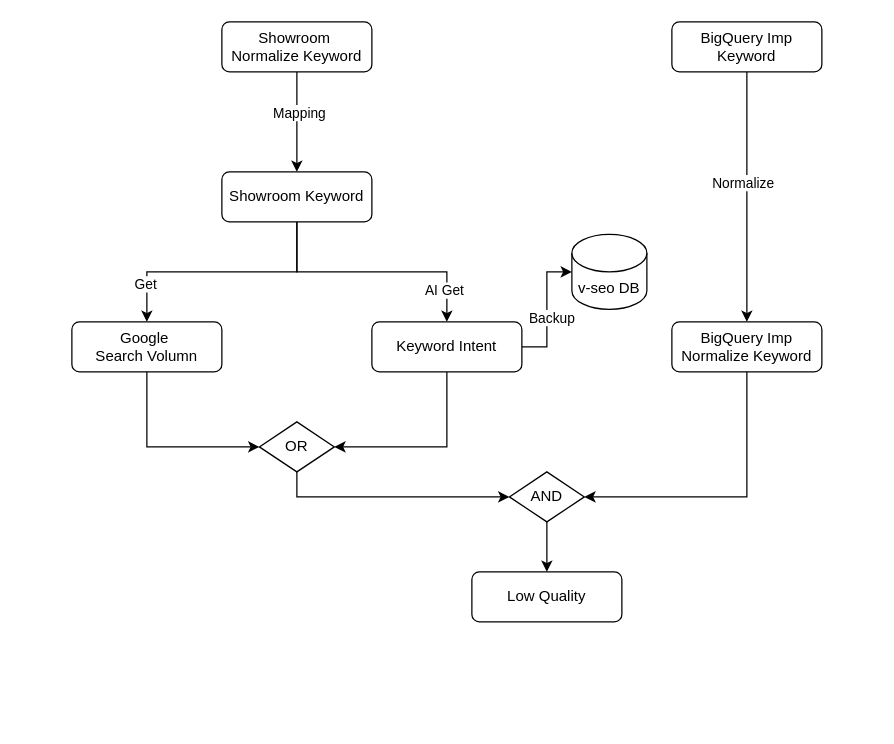
Before: drawio/ep_showroom_existing_kw.drawio in VisableHarry/seo-drawio, a draw.io diagram. Source tidied: cells renumbered, new cells numbered last; positions are measured from the earlier drawing's top-left corner, leaving out a move shared by most shapes. Both pictures are drawn from the tidied source at 125%, with x=0, y=0 at pixel (71, 21).
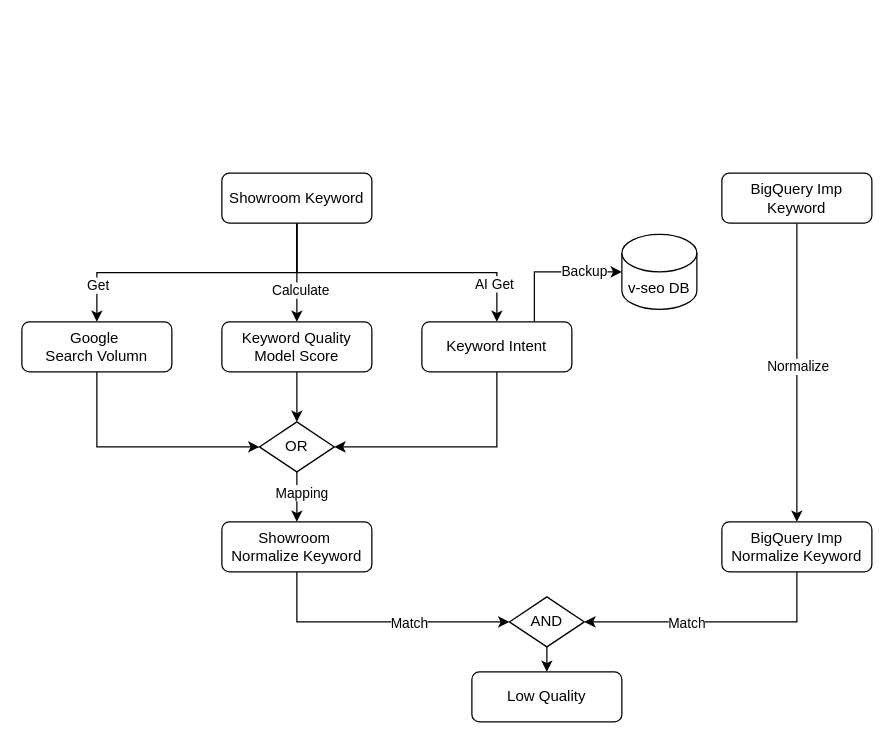
Above is the later version.

Unchanged cells that the change refers to:
```xml
<mxCell id="8" style="edgeStyle=orthogonalEdgeStyle;rounded=0;jettySize=auto;html=1;exitX=0.5;exitY=1;exitDx=0;exitDy=0;entryX=1;entryY=0.5;entryDx=0;entryDy=0;" parent="1" edge="1" source="9" target="25">
  <mxGeometry relative="1" as="geometry" />
</mxCell>
<mxCell id="10" style="edgeStyle=orthogonalEdgeStyle;rounded=0;jettySize=auto;html=1;exitX=0.5;exitY=1;exitDx=0;exitDy=0;entryX=0.5;entryY=0;entryDx=0;entryDy=0;" parent="1" edge="1" source="14" target="16">
  <mxGeometry relative="1" as="geometry" />
</mxCell>
<mxCell id="23" value="OR" style="rhombus;whiteSpace=wrap;html=1;" parent="1" vertex="1">
  <mxGeometry x="150" y="320" width="60" height="40" as="geometry" />
</mxCell>
```

Change to the diagram source:
```diff
@@
-    <mxCell id="2" style="edgeStyle=orthogonalEdgeStyle;rounded=0;jettySize=auto;html=1;exitX=0.5;exitY=1;exitDx=0;exitDy=0;entryX=0.5;entryY=0;entryDx=0;entryDy=0;" parent="1" edge="1" source="4" target="14">
-      <mxGeometry relative="1" as="geometry" />
-    </mxCell>
-    <mxCell id="3" value="Mapping" style="edgeLabel;html=1;align=center;verticalAlign=middle;" parent="2" vertex="1">
-      <mxGeometry x="-0.2" y="1" relative="1" as="geometry" />
-    </mxCell>
+    <mxCell id="27" style="edgeStyle=orthogonalEdgeStyle;rounded=0;jettySize=auto;html=1;exitX=0.5;exitY=1;exitDx=0;exitDy=0;entryX=0;entryY=0.5;entryDx=0;entryDy=0;" parent="1" edge="1" source="4" target="25">
+      <mxGeometry relative="1" as="geometry" />
+    </mxCell>
+    <mxCell id="28" value="Match" style="edgeLabel;html=1;align=center;verticalAlign=middle;" parent="27" vertex="1">
+      <mxGeometry x="0.1" y="-4" relative="1" as="geometry">
+        <mxPoint x="13" y="-4" as="offset" />
+      </mxGeometry>
+    </mxCell>
     <mxCell id="4" value="Showroom&amp;nbsp;&lt;div&gt;Normalize Keyword&lt;/div&gt;" style="rounded=1;whiteSpace=wrap;html=1;" parent="1" vertex="1">
-      <mxGeometry x="120" width="120" height="40" as="geometry" />
+      <mxGeometry x="120" y="400" width="120" height="40" as="geometry" />
     </mxCell>
-    <mxCell id="5" style="edgeStyle=orthogonalEdgeStyle;rounded=0;jettySize=auto;html=1;exitX=0.5;exitY=1;exitDx=0;exitDy=0;" parent="1" edge="1" source="7" target="9">
+    <mxCell id="5" style="edgeStyle=orthogonalEdgeStyle;rounded=0;jettySize=auto;html=1;exitX=0.5;exitY=1;exitDx=0;exitDy=0;entryX=0.5;entryY=0;entryDx=0;entryDy=0;" parent="1" edge="1" source="7" target="9">
       <mxGeometry relative="1" as="geometry" />
     </mxCell>
     <mxCell id="6" value="Normalize" style="edgeLabel;html=1;align=center;verticalAlign=middle;" parent="5" vertex="1">
-      <mxGeometry x="-0.12" y="-4" relative="1" as="geometry" />
+      <mxGeometry x="-0.05" relative="1" as="geometry" />
     </mxCell>
     <mxCell id="7" value="BigQuery Imp Keyword" style="rounded=1;whiteSpace=wrap;html=1;" parent="1" vertex="1">
-      <mxGeometry x="480" width="120" height="40" as="geometry" />
+      <mxGeometry x="520" y="121" width="120" height="40" as="geometry" />
     </mxCell>
@@
+    <mxCell id="29" value="Match" style="edgeLabel;html=1;align=center;verticalAlign=middle;" parent="8" vertex="1">
+      <mxGeometry x="0.17" y="2" relative="1" as="geometry">
+        <mxPoint x="-6" y="-2" as="offset" />
+      </mxGeometry>
+    </mxCell>
     <mxCell id="9" value="&lt;div&gt;BigQuery Imp&lt;/div&gt;&lt;div&gt;Normalize Keyword&lt;/div&gt;" style="rounded=1;whiteSpace=wrap;html=1;" parent="1" vertex="1">
-      <mxGeometry x="480" y="240" width="120" height="40" as="geometry" />
+      <mxGeometry x="520" y="400" width="120" height="40" as="geometry" />
     </mxCell>
@@
     <mxCell id="11" value="Get" style="edgeLabel;html=1;align=center;verticalAlign=middle;" parent="10" vertex="1">
-      <mxGeometry x="0.69" y="-2" relative="1" as="geometry" />
+      <mxGeometry x="0.69" y="-2" relative="1" as="geometry">
+        <mxPoint x="2" y="7" as="offset" />
+      </mxGeometry>
     </mxCell>
@@
+    <mxCell id="30" style="edgeStyle=orthogonalEdgeStyle;rounded=0;jettySize=auto;html=1;exitX=0.5;exitY=1;exitDx=0;exitDy=0;entryX=0.5;entryY=0;entryDx=0;entryDy=0;" parent="1" edge="1" source="14" target="34">
+      <mxGeometry relative="1" as="geometry" />
+    </mxCell>
+    <mxCell id="31" value="Calculate" style="edgeLabel;html=1;align=center;verticalAlign=middle;" parent="30" vertex="1">
+      <mxGeometry x="0.33" y="2" relative="1" as="geometry" />
+    </mxCell>
     <mxCell id="14" value="Showroom Keyword" style="rounded=1;whiteSpace=wrap;html=1;" parent="1" vertex="1">
-      <mxGeometry x="120" y="120" width="120" height="40" as="geometry" />
+      <mxGeometry x="120" y="121" width="120" height="40" as="geometry" />
     </mxCell>
@@
     <mxCell id="16" value="Google&amp;nbsp;&lt;div&gt;Search Volumn&lt;/div&gt;" style="rounded=1;whiteSpace=wrap;html=1;" parent="1" vertex="1">
-      <mxGeometry y="240" width="120" height="40" as="geometry" />
+      <mxGeometry x="-40" y="240" width="120" height="40" as="geometry" />
     </mxCell>
@@
     <mxCell id="18" value="Keyword Intent" style="rounded=1;whiteSpace=wrap;html=1;" parent="1" vertex="1">
-      <mxGeometry x="240" y="240" width="120" height="40" as="geometry" />
+      <mxGeometry x="280" y="240" width="120" height="40" as="geometry" />
     </mxCell>
     <mxCell id="19" value="v-seo DB" style="shape=cylinder3;whiteSpace=wrap;html=1;boundedLbl=1;backgroundOutline=1;size=15;" parent="1" vertex="1">
-      <mxGeometry x="400" y="170" width="60" height="60" as="geometry" />
+      <mxGeometry x="440" y="170" width="60" height="60" as="geometry" />
     </mxCell>
-    <mxCell id="20" style="edgeStyle=orthogonalEdgeStyle;rounded=0;jettySize=auto;html=1;exitX=1;exitY=0.5;exitDx=0;exitDy=0;entryX=0;entryY=0.5;entryDx=0;entryDy=0;entryPerimeter=0;" parent="1" edge="1" source="18" target="19">
-      <mxGeometry relative="1" as="geometry" />
+    <mxCell id="20" value="Backup" style="edgeStyle=orthogonalEdgeStyle;rounded=0;jettySize=auto;html=1;exitX=0.75;exitY=0;exitDx=0;exitDy=0;entryX=0;entryY=0.5;entryDx=0;entryDy=0;entryPerimeter=0;" parent="1" edge="1" source="18" target="19">
+      <mxGeometry x="0.45" relative="1" as="geometry">
+        <Array as="points">
+          <mxPoint x="370" y="200" />
+        </Array>
+      </mxGeometry>
     </mxCell>
-    <mxCell id="21" value="Backup" style="edgeLabel;html=1;align=center;verticalAlign=middle;" parent="20" vertex="1">
-      <mxGeometry x="-0.12" y="-3" relative="1" as="geometry" />
-    </mxCell>
-    <mxCell id="22" style="edgeStyle=orthogonalEdgeStyle;rounded=0;jettySize=auto;html=1;exitX=0.5;exitY=1;exitDx=0;exitDy=0;entryX=0;entryY=0.5;entryDx=0;entryDy=0;" parent="1" edge="1" source="23" target="25">
-      <mxGeometry relative="1" as="geometry" />
-    </mxCell>
+    <mxCell id="32" style="edgeStyle=orthogonalEdgeStyle;rounded=0;jettySize=auto;html=1;exitX=0.5;exitY=1;exitDx=0;exitDy=0;entryX=0.5;entryY=0;entryDx=0;entryDy=0;" parent="1" edge="1" source="23" target="4">
+      <mxGeometry relative="1" as="geometry" />
+    </mxCell>
+    <mxCell id="3" value="Mapping" style="edgeLabel;html=1;align=center;verticalAlign=middle;" parent="32" vertex="1">
+      <mxGeometry x="-0.2" y="3" relative="1" as="geometry" />
+    </mxCell>
@@
     <mxCell id="25" value="AND" style="rhombus;whiteSpace=wrap;html=1;" parent="1" vertex="1">
-      <mxGeometry x="350" y="360" width="60" height="40" as="geometry" />
+      <mxGeometry x="350" y="460" width="60" height="40" as="geometry" />
     </mxCell>
     <mxCell id="26" value="&lt;div&gt;Low Quality&lt;/div&gt;" style="rounded=1;whiteSpace=wrap;html=1;" parent="1" vertex="1">
-      <mxGeometry x="320" y="440" width="120" height="40" as="geometry" />
+      <mxGeometry x="320" y="520" width="120" height="40" as="geometry" />
     </mxCell>
+    <mxCell id="33" style="edgeStyle=orthogonalEdgeStyle;rounded=0;jettySize=auto;html=1;exitX=0.5;exitY=1;exitDx=0;exitDy=0;entryX=0.5;entryY=0;entryDx=0;entryDy=0;" parent="1" edge="1" source="34" target="23">
+      <mxGeometry relative="1" as="geometry" />
+    </mxCell>
+    <mxCell id="34" value="Keyword Quality Model Score" style="rounded=1;whiteSpace=wrap;html=1;" parent="1" vertex="1">
+      <mxGeometry x="120" y="240" width="120" height="40" as="geometry" />
+    </mxCell>
```
